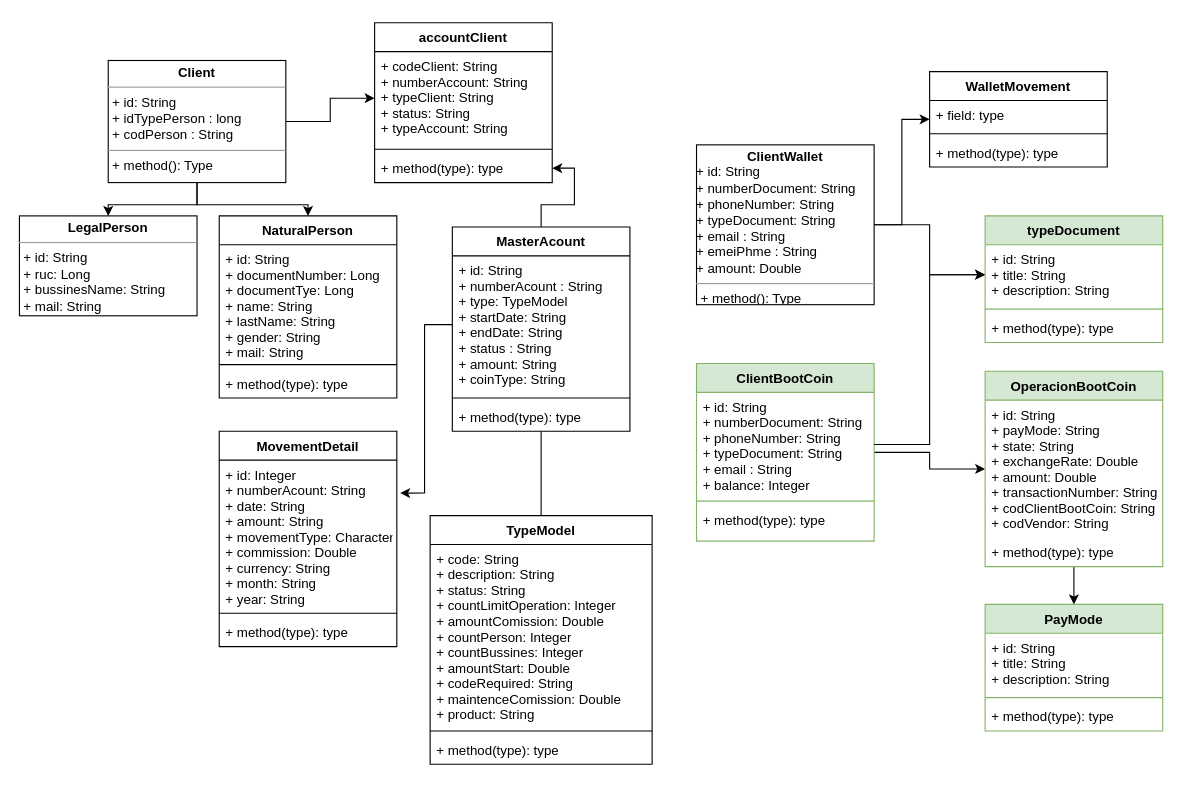
This is Diagrama_clases_proyecto.drawio from jdanielvalri/BC35_Proyecto_final, a draw.io file, before an edit. Source tidied: cells renumbered, new cells numbered last; positions are measured from the earlier drawing's top-left corner, leaving out a move shared by most shapes. Both pictures are drawn from the tidied source at 111%, with x=0, y=0 at pixel (19, 22).
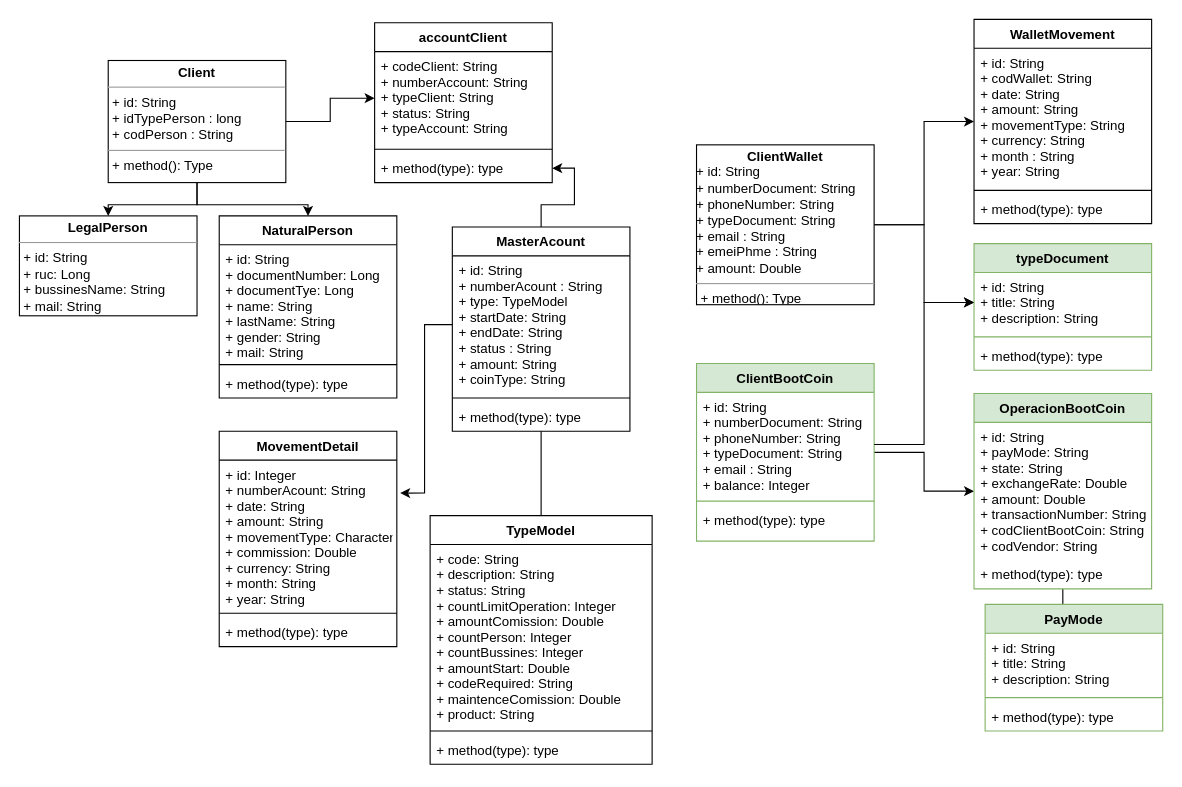
Above is the later version.

What changed in the source:
```diff
@@
     <mxCell id="33" value="WalletMovement" style="swimlane;fontStyle=1;align=center;verticalAlign=top;horizontal=1;startSize=26;" parent="1" vertex="1">
-      <mxGeometry x="820" y="44" width="160" height="86" as="geometry" />
+      <mxGeometry x="860" y="-3" width="160" height="184" as="geometry" />
     </mxCell>
-    <mxCell id="34" value="+ field: type" style="text;strokeColor=none;fillColor=none;align=left;verticalAlign=top;spacingLeft=4;spacingRight=4;overflow=hidden;" parent="33" vertex="1">
-      <mxGeometry y="26" width="160" height="26" as="geometry" />
+    <mxCell id="34" value="+ id: String&#10;+ codWallet: String&#10;+ date: String&#10;+ amount: String&#10;+ movementType: String&#10;+ currency: String&#10;+ month : String&#10;+ year: String" style="text;strokeColor=none;fillColor=none;align=left;verticalAlign=top;spacingLeft=4;spacingRight=4;overflow=hidden;" parent="33" vertex="1">
+      <mxGeometry y="26" width="160" height="124" as="geometry" />
     </mxCell>
     <mxCell id="35" style="line;strokeWidth=1;fillColor=none;align=left;verticalAlign=middle;spacingTop=-1;spacingLeft=3;spacingRight=3;labelPosition=right;strokeColor=inherit;" parent="33" vertex="1">
-      <mxGeometry y="52" width="160" height="8" as="geometry" />
+      <mxGeometry y="150" width="160" height="8" as="geometry" />
     </mxCell>
     <mxCell id="36" value="+ method(type): type" style="text;strokeColor=none;fillColor=none;align=left;verticalAlign=top;spacingLeft=4;spacingRight=4;overflow=hidden;" parent="33" vertex="1">
-      <mxGeometry y="60" width="160" height="26" as="geometry" />
+      <mxGeometry y="158" width="160" height="26" as="geometry" />
     </mxCell>
@@
     <mxCell id="42" value="typeDocument" style="swimlane;fontStyle=1;align=center;verticalAlign=top;horizontal=1;startSize=26;fillColor=#d5e8d4;strokeColor=#82b366;" parent="1" vertex="1">
-      <mxGeometry x="870" y="174" width="160" height="114" as="geometry" />
+      <mxGeometry x="860" y="199" width="160" height="114" as="geometry" />
     </mxCell>
@@
     <mxCell id="48" value="OperacionBootCoin" style="swimlane;fontStyle=1;align=center;verticalAlign=top;horizontal=1;startSize=26;fillColor=#d5e8d4;strokeColor=#82b366;" parent="1" vertex="1">
-      <mxGeometry x="870" y="314" width="160" height="176" as="geometry" />
+      <mxGeometry x="860" y="334" width="160" height="176" as="geometry" />
     </mxCell>
```
